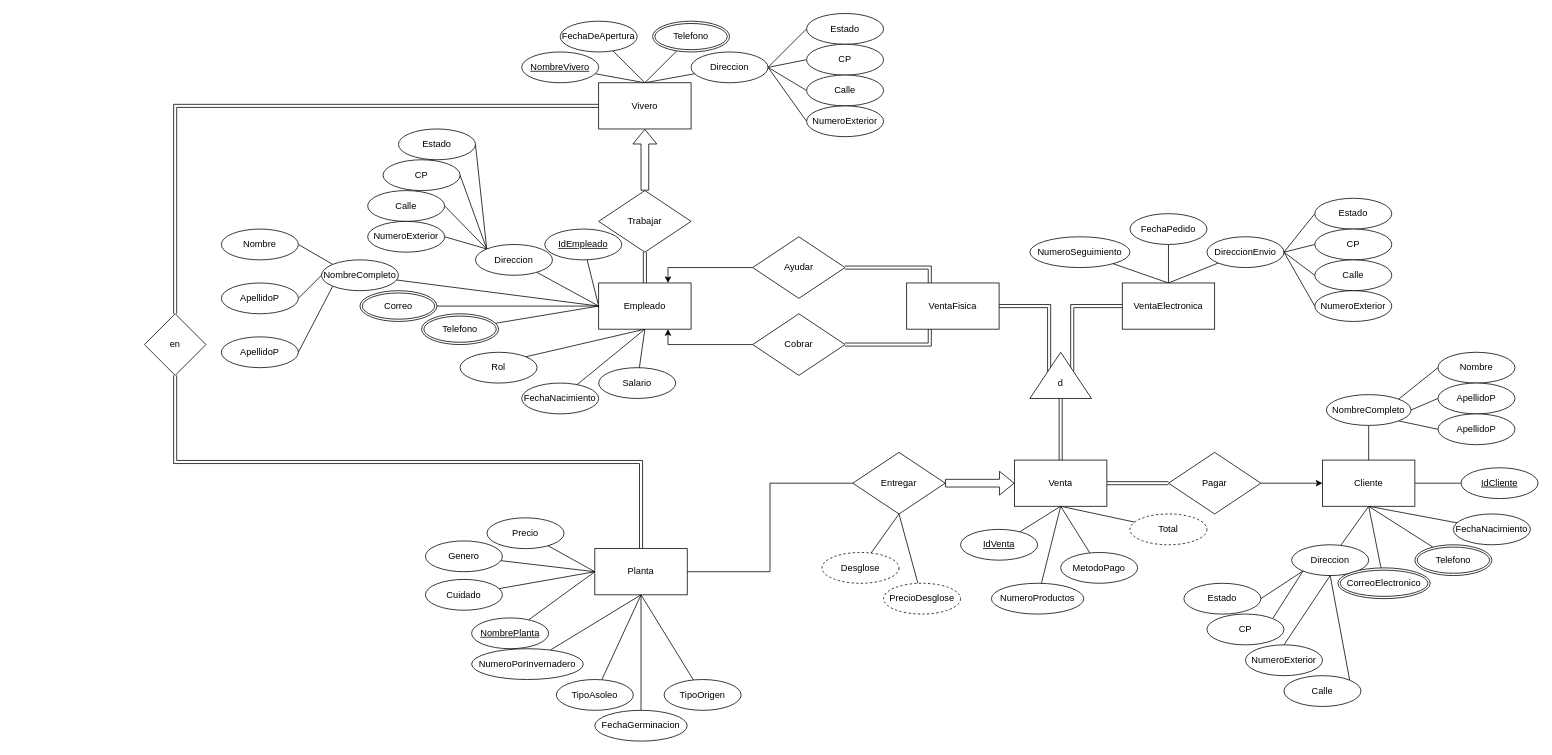
Before: Practica04/Diagramas/ER02_Sambucos.drawio in frgaray/FBD-2023-1, a draw.io diagram. Source tidied: cells renumbered, new cells numbered last; positions are measured from the earlier drawing's top-left corner, leaving out a move shared by most shapes. Both pictures are drawn from the tidied source at 77%, with x=0, y=0 at pixel (144, 13).
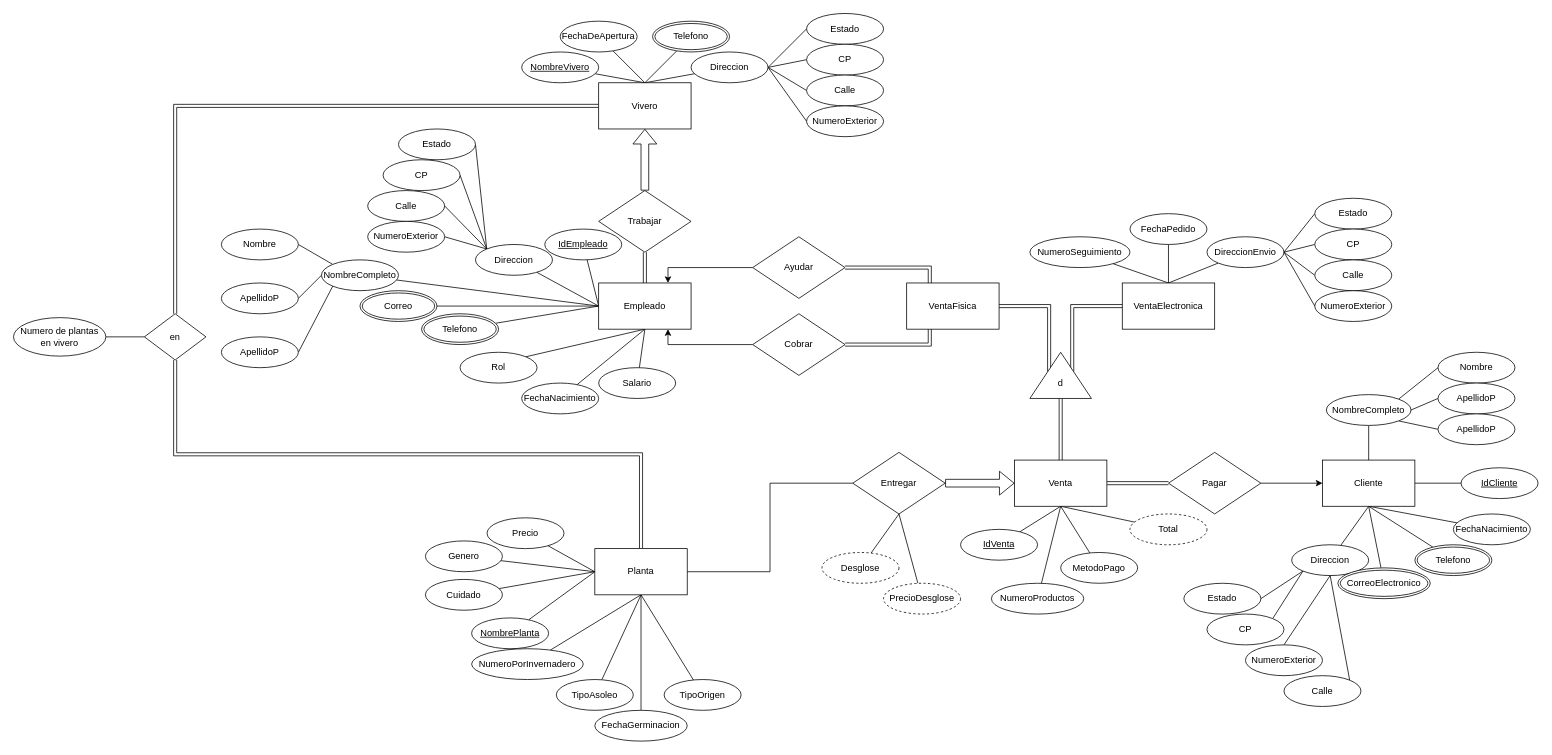
The same diagram, later.

Commit message:
Add property to relationship

Change to the diagram source:
```diff
@@
+    <mxCell id="147" style="edgeStyle=orthogonalEdgeStyle;rounded=0;jettySize=auto;html=1;exitX=0;exitY=0.5;exitDx=0;exitDy=0;endArrow=none;endFill=0;" parent="1" edge="1" source="146" target="148">
+      <mxGeometry relative="1" as="geometry" />
+    </mxCell>
     <mxCell id="146" value="en" style="rhombus;whiteSpace=wrap;html=1;" parent="1" vertex="1">
-      <mxGeometry y="390" width="80" height="80" as="geometry" />
+      <mxGeometry y="390" width="80" height="60" as="geometry" />
     </mxCell>
+    <mxCell id="148" value="Numero de plantas en vivero" style="ellipse;whiteSpace=wrap;html=1;" parent="1" vertex="1">
+      <mxGeometry x="-170" y="395" width="120" height="50" as="geometry" />
+    </mxCell>
```
